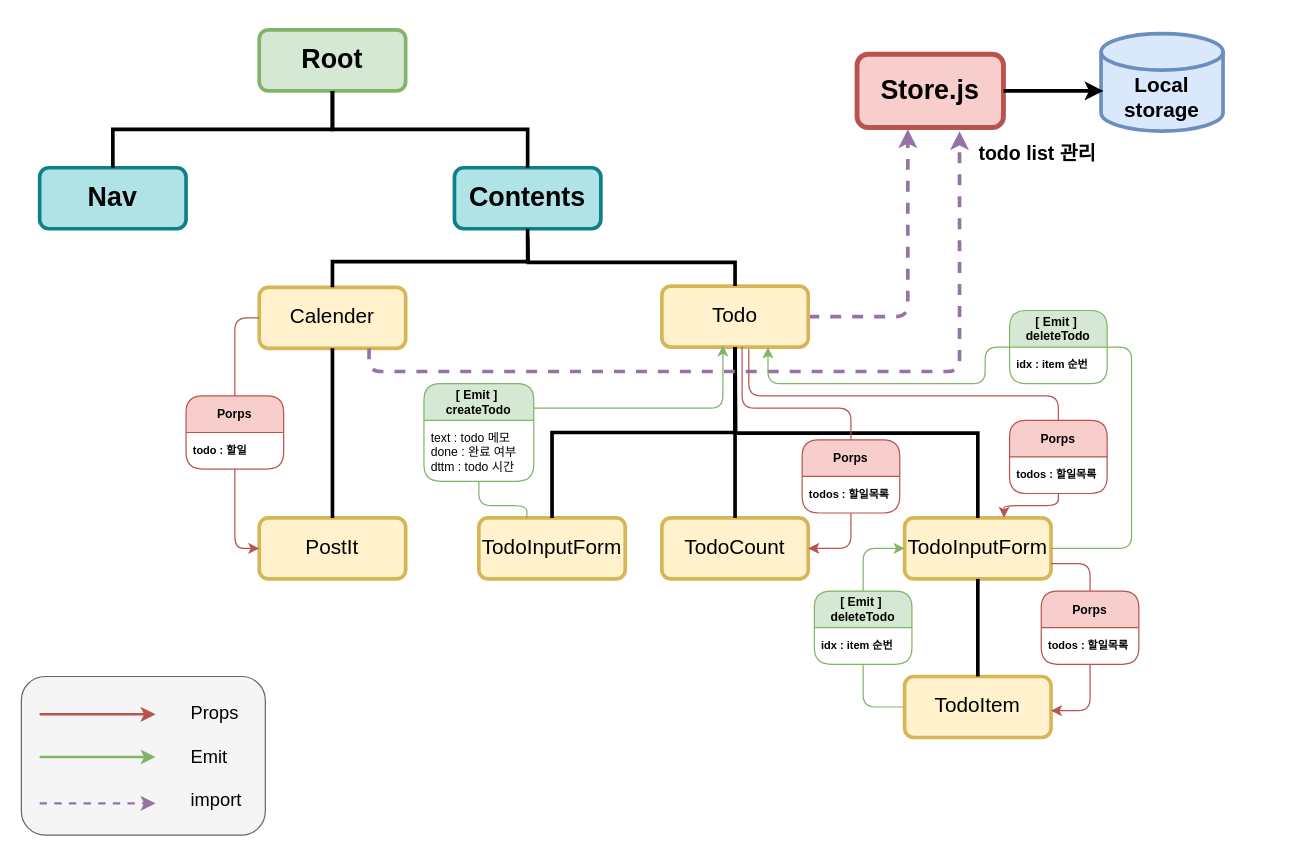
Before: 컴포넌트 다이어그램.drawio in ohchangyeol/vue-todo-server, a draw.io diagram. Source tidied: cells renumbered, new cells numbered last; positions are measured from the earlier drawing's top-left corner, leaving out a move shared by most shapes. Both pictures are drawn from the tidied source at 122%, with x=0, y=0 at pixel (21, 29).
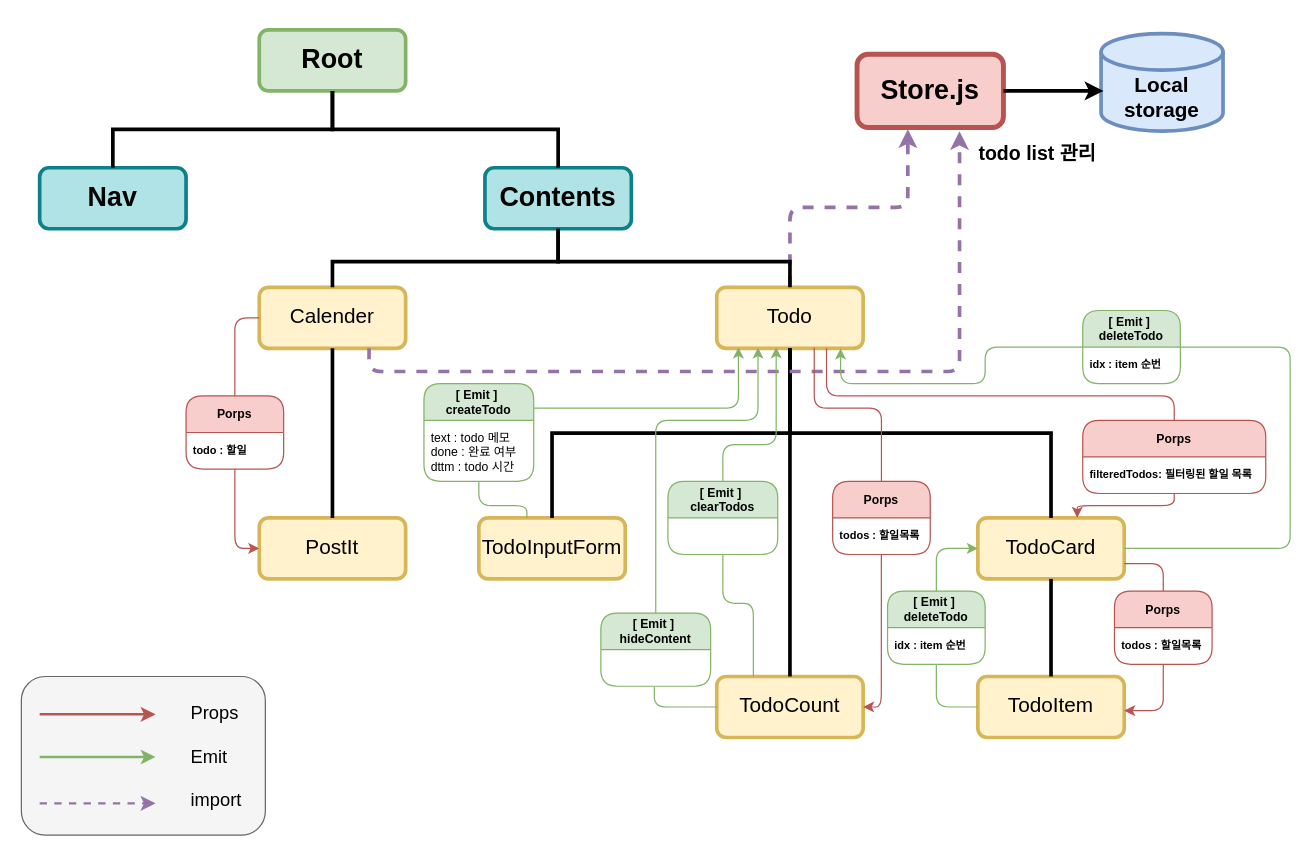
The same page after the edit.

Commit message:
컴포넌트 다이어그램.drawio 업데이트

Unchanged cells that the change refers to:
```xml
<mxCell id="8" value="Calender" style="rounded=1;whiteSpace=wrap;html=1;fontSize=17;strokeWidth=3;fillColor=#fff2cc;strokeColor=#d6b656;" parent="1" vertex="1">
  <mxGeometry x="195" y="211" width="120" height="50" as="geometry" />
</mxCell>
<mxCell id="39" value="&lt;h1 style=&quot;border-color: var(--border-color); font-size: 10px;&quot;&gt;&lt;font style=&quot;border-color: var(--border-color);&quot;&gt;[ Emit ]&amp;nbsp;&lt;br style=&quot;border-color: var(--border-color);&quot;&gt;&lt;/font&gt;createTodo&lt;/h1&gt;" style="swimlane;fontStyle=0;horizontal=1;startSize=30;whiteSpace=wrap;html=1;swimlaneFillColor=none;rounded=1;fillColor=#d5e8d4;strokeColor=#82b366;" parent="1" vertex="1">
  <mxGeometry x="330" y="290" width="90" height="80" as="geometry" />
</mxCell>
<mxCell id="43" value="&lt;h1 style=&quot;border-color: var(--border-color); font-size: 9px;&quot;&gt;todos : 할일목록&lt;/h1&gt;" style="text;strokeColor=none;fillColor=none;align=left;verticalAlign=middle;spacingLeft=4;spacingRight=4;overflow=hidden;points=[[0,0.5],[1,0.5]];portConstraint=eastwest;whiteSpace=wrap;html=1;rounded=1;fontSize=9;horizontal=1;" parent="42" vertex="1">
  <mxGeometry y="30" width="80" height="30" as="geometry" />
</mxCell>
```

Diff of the diagram source:
```diff
@@
     <mxCell id="5" value="Contents" style="rounded=1;whiteSpace=wrap;html=1;fillColor=#b0e3e6;strokeColor=#0e8088;strokeWidth=3;verticalAlign=middle;fontSize=22;fontStyle=1;" parent="1" vertex="1">
-      <mxGeometry x="355" y="113" width="120" height="50" as="geometry" />
+      <mxGeometry x="380" y="113" width="120" height="50" as="geometry" />
     </mxCell>
     <mxCell id="6" value="TodoItem" style="rounded=1;whiteSpace=wrap;html=1;fontSize=17;strokeWidth=3;fillColor=#fff2cc;strokeColor=#d6b656;" parent="1" vertex="1">
-      <mxGeometry x="724" y="530" width="120" height="50" as="geometry" />
+      <mxGeometry x="784" y="530" width="120" height="50" as="geometry" />
     </mxCell>
@@
     <mxCell id="10" value="Todo" style="rounded=1;whiteSpace=wrap;html=1;fontSize=17;strokeWidth=3;fillColor=#fff2cc;strokeColor=#d6b656;" parent="1" vertex="1">
-      <mxGeometry x="525" y="210" width="120" height="50" as="geometry" />
+      <mxGeometry x="570" y="211" width="120" height="50" as="geometry" />
     </mxCell>
     <mxCell id="11" value="TodoCount" style="rounded=1;whiteSpace=wrap;html=1;fontSize=17;strokeWidth=3;fillColor=#fff2cc;strokeColor=#d6b656;" parent="1" vertex="1">
-      <mxGeometry x="525" y="400" width="120" height="50" as="geometry" />
+      <mxGeometry x="570" y="530" width="120" height="50" as="geometry" />
     </mxCell>
@@
-    <mxCell id="13" value="TodoInputForm" style="rounded=1;whiteSpace=wrap;html=1;fontSize=17;strokeWidth=3;fillColor=#fff2cc;strokeColor=#d6b656;" parent="1" vertex="1">
-      <mxGeometry x="724" y="400" width="120" height="50" as="geometry" />
+    <mxCell id="13" value="TodoCard" style="rounded=1;whiteSpace=wrap;html=1;fontSize=17;strokeWidth=3;fillColor=#fff2cc;strokeColor=#d6b656;" parent="1" vertex="1">
+      <mxGeometry x="784" y="400" width="120" height="50" as="geometry" />
     </mxCell>
@@
     <mxCell id="16" style="endArrow=none;html=1;rounded=0;exitX=0.5;exitY=0;exitDx=0;exitDy=0;entryX=0.5;entryY=1;entryDx=0;entryDy=0;edgeStyle=orthogonalEdgeStyle;strokeWidth=3;" parent="1" edge="1" source="8" target="5">
       <mxGeometry relative="1" as="geometry">
         <Array as="points">
           <mxPoint x="255" y="190" />
-          <mxPoint x="415" y="190" />
+          <mxPoint x="440" y="190" />
         </Array>
       </mxGeometry>
     </mxCell>
-    <mxCell id="17" style="endArrow=none;html=1;rounded=0;exitX=0.5;exitY=0;exitDx=0;exitDy=0;edgeStyle=orthogonalEdgeStyle;strokeWidth=3;" parent="1" edge="1" source="10">
+    <mxCell id="17" style="endArrow=none;html=1;rounded=0;exitX=0.5;exitY=0;exitDx=0;exitDy=0;edgeStyle=orthogonalEdgeStyle;strokeWidth=3;entryX=0.5;entryY=1;entryDx=0;entryDy=0;" parent="1" edge="1" source="10" target="5">
       <mxGeometry relative="1" as="geometry">
-        <mxPoint x="415" y="170" as="targetPoint" />
+        <Array as="points">
+          <mxPoint x="630" y="190" />
+          <mxPoint x="440" y="190" />
+        </Array>
       </mxGeometry>
     </mxCell>
@@
-    <mxCell id="20" style="endArrow=none;html=1;rounded=0;exitX=0.5;exitY=0;exitDx=0;exitDy=0;edgeStyle=orthogonalEdgeStyle;strokeWidth=3;fontSize=17;" parent="1" edge="1" source="11">
-      <mxGeometry relative="1" as="geometry">
-        <mxPoint x="585" y="260" as="targetPoint" />
-      </mxGeometry>
+    <mxCell id="20" style="endArrow=none;html=1;rounded=0;exitX=0.5;exitY=0;exitDx=0;exitDy=0;edgeStyle=orthogonalEdgeStyle;strokeWidth=3;fontSize=17;entryX=0.5;entryY=1;entryDx=0;entryDy=0;" parent="1" edge="1" source="11" target="10">
+      <mxGeometry relative="1" as="geometry" />
     </mxCell>
-    <mxCell id="21" style="endArrow=none;html=1;rounded=0;exitX=0.5;exitY=0;exitDx=0;exitDy=0;edgeStyle=orthogonalEdgeStyle;strokeWidth=3;fontSize=17;" parent="1" edge="1" source="13">
-      <mxGeometry relative="1" as="geometry">
-        <mxPoint x="585" y="260" as="targetPoint" />
-      </mxGeometry>
+    <mxCell id="21" style="endArrow=none;html=1;rounded=0;exitX=0.5;exitY=0;exitDx=0;exitDy=0;edgeStyle=orthogonalEdgeStyle;strokeWidth=3;fontSize=17;entryX=0.5;entryY=1;entryDx=0;entryDy=0;" parent="1" edge="1" source="13" target="10">
+      <mxGeometry relative="1" as="geometry" />
     </mxCell>
@@
     <mxCell id="30" value="&lt;h1 style=&quot;border-color: var(--border-color); font-size: 10px;&quot;&gt;&lt;font style=&quot;border-color: var(--border-color);&quot;&gt;[ Emit ]&amp;nbsp;&lt;br style=&quot;border-color: var(--border-color);&quot;&gt;&lt;/font&gt;deleteTodo&lt;/h1&gt;" style="swimlane;fontStyle=0;horizontal=1;startSize=30;whiteSpace=wrap;html=1;swimlaneFillColor=none;rounded=1;fillColor=#d5e8d4;strokeColor=#82b366;" parent="1" vertex="1">
-      <mxGeometry x="650" y="460" width="80" height="60" as="geometry" />
+      <mxGeometry x="710" y="460" width="80" height="60" as="geometry" />
     </mxCell>
@@
     <mxCell id="32" value="&lt;h1 style=&quot;border-color: var(--border-color); font-size: 10px;&quot;&gt;&lt;font style=&quot;border-color: var(--border-color);&quot;&gt;[ Emit ]&amp;nbsp;&lt;br style=&quot;border-color: var(--border-color);&quot;&gt;&lt;/font&gt;deleteTodo&lt;/h1&gt;" style="swimlane;fontStyle=0;horizontal=1;startSize=30;whiteSpace=wrap;html=1;swimlaneFillColor=none;rounded=1;fillColor=#d5e8d4;strokeColor=#82b366;" parent="1" vertex="1">
-      <mxGeometry x="810" y="230" width="80" height="60" as="geometry" />
+      <mxGeometry x="870" y="230" width="80" height="60" as="geometry" />
     </mxCell>
@@
     <mxCell id="34" value="&lt;h1 style=&quot;border-color: var(--border-color); font-size: 10px;&quot;&gt;&lt;font style=&quot;border-color: var(--border-color);&quot;&gt;Porps&lt;/font&gt;&lt;br&gt;&lt;/h1&gt;" style="swimlane;fontStyle=0;horizontal=1;startSize=30;whiteSpace=wrap;html=1;swimlaneFillColor=none;rounded=1;fillColor=#f8cecc;strokeColor=#b85450;" parent="1" vertex="1">
-      <mxGeometry x="810" y="320" width="80" height="60" as="geometry" />
+      <mxGeometry x="870" y="320" width="150" height="60" as="geometry" />
     </mxCell>
-    <mxCell id="35" value="&lt;h1 style=&quot;border-color: var(--border-color); font-size: 9px;&quot;&gt;todos : 할일목록&lt;/h1&gt;" style="text;strokeColor=none;fillColor=none;align=left;verticalAlign=middle;spacingLeft=4;spacingRight=4;overflow=hidden;whiteSpace=wrap;html=1;rounded=1;fontSize=9;horizontal=1;" parent="34" vertex="1">
-      <mxGeometry y="30" width="80" height="30" as="geometry" />
+    <mxCell id="35" value="&lt;h1 style=&quot;border-color: var(--border-color); font-size: 9px;&quot;&gt;filteredTodos: 필터링된 할일 목록&lt;/h1&gt;" style="text;strokeColor=none;fillColor=none;align=left;verticalAlign=middle;spacingLeft=4;spacingRight=4;overflow=hidden;whiteSpace=wrap;html=1;rounded=1;fontSize=9;horizontal=1;" parent="34" vertex="1">
+      <mxGeometry y="30" width="150" height="30" as="geometry" />
     </mxCell>
@@
     <mxCell id="37" value="&lt;h1 style=&quot;border-color: var(--border-color); font-size: 10px;&quot;&gt;&lt;font style=&quot;border-color: var(--border-color);&quot;&gt;Porps&lt;/font&gt;&lt;br&gt;&lt;/h1&gt;" style="swimlane;fontStyle=0;horizontal=1;startSize=30;whiteSpace=wrap;html=1;swimlaneFillColor=none;rounded=1;fillColor=#f8cecc;strokeColor=#b85450;" parent="1" vertex="1">
-      <mxGeometry x="836" y="460" width="80" height="60" as="geometry" />
+      <mxGeometry x="896" y="460" width="80" height="60" as="geometry" />
     </mxCell>
@@
-    <mxCell id="41" style="edgeStyle=orthogonalEdgeStyle;rounded=1;jettySize=auto;html=1;entryX=1;entryY=0.5;entryDx=0;entryDy=0;fontFamily=Helvetica;fontSize=9;fontColor=default;curved=0;fillColor=#f8cecc;strokeColor=#b85450;" parent="1" edge="1" source="42" target="11">
-      <mxGeometry relative="1" as="geometry" />
+    <mxCell id="41" style="edgeStyle=orthogonalEdgeStyle;rounded=1;jettySize=auto;html=1;entryX=1;entryY=0.5;entryDx=0;entryDy=0;fontFamily=Helvetica;fontSize=9;fontColor=default;curved=0;fillColor=#f8cecc;strokeColor=#b85450;exitX=0.499;exitY=0.984;exitDx=0;exitDy=0;exitPerimeter=0;" parent="1" edge="1" source="43" target="11">
+      <mxGeometry relative="1" as="geometry">
+        <Array as="points">
+          <mxPoint x="705" y="555" />
+        </Array>
+      </mxGeometry>
     </mxCell>
     <mxCell id="42" value="&lt;h1 style=&quot;border-color: var(--border-color); font-size: 10px;&quot;&gt;&lt;font style=&quot;border-color: var(--border-color);&quot;&gt;Porps&lt;/font&gt;&lt;br&gt;&lt;/h1&gt;" style="swimlane;fontStyle=0;horizontal=1;startSize=30;whiteSpace=wrap;html=1;swimlaneFillColor=none;rounded=1;fillColor=#f8cecc;strokeColor=#b85450;" parent="1" vertex="1">
-      <mxGeometry x="640" y="336" width="80" height="60" as="geometry" />
+      <mxGeometry x="665" y="370" width="80" height="60" as="geometry" />
     </mxCell>
@@
-    <mxCell id="44" style="edgeStyle=orthogonalEdgeStyle;rounded=1;jettySize=auto;html=1;entryX=0.594;entryY=1.027;entryDx=0;entryDy=0;entryPerimeter=0;fontFamily=Helvetica;fontSize=9;fontColor=default;exitX=0.5;exitY=0;exitDx=0;exitDy=0;curved=0;endArrow=none;endFill=0;fillColor=#f8cecc;strokeColor=#b85450;" parent="1" edge="1" source="34" target="10">
+    <mxCell id="44" style="edgeStyle=orthogonalEdgeStyle;rounded=1;jettySize=auto;html=1;entryX=0.75;entryY=1;entryDx=0;entryDy=0;fontFamily=Helvetica;fontSize=9;fontColor=default;exitX=0.5;exitY=0;exitDx=0;exitDy=0;curved=0;endArrow=none;endFill=0;fillColor=#f8cecc;strokeColor=#b85450;" parent="1" edge="1" source="34" target="10">
       <mxGeometry relative="1" as="geometry">
         <Array as="points">
-          <mxPoint x="850" y="300" />
-          <mxPoint x="596" y="300" />
+          <mxPoint x="945" y="300" />
+          <mxPoint x="660" y="300" />
         </Array>
       </mxGeometry>
     </mxCell>
     <mxCell id="45" style="edgeStyle=orthogonalEdgeStyle;rounded=1;jettySize=auto;html=1;exitX=0.5;exitY=1;exitDx=0;exitDy=0;entryX=0.679;entryY=-0.002;entryDx=0;entryDy=0;entryPerimeter=0;fontFamily=Helvetica;fontSize=9;fontColor=default;endArrow=classic;endFill=1;curved=0;fillColor=#f8cecc;strokeColor=#b85450;" parent="1" edge="1" source="34" target="13">
       <mxGeometry relative="1" as="geometry">
         <Array as="points">
-          <mxPoint x="850" y="390" />
-          <mxPoint x="806" y="390" />
+          <mxPoint x="945" y="390" />
+          <mxPoint x="865" y="390" />
         </Array>
       </mxGeometry>
     </mxCell>
     <mxCell id="46" style="edgeStyle=orthogonalEdgeStyle;rounded=1;jettySize=auto;html=1;exitX=1;exitY=0.5;exitDx=0;exitDy=0;fontFamily=Helvetica;fontSize=9;fontColor=default;endArrow=none;endFill=0;fillColor=#d5e8d4;strokeColor=#82b366;curved=0;" parent="1" edge="1" source="13">
       <mxGeometry relative="1" as="geometry">
-        <mxPoint x="890" y="260" as="targetPoint" />
+        <mxPoint x="950" y="260" as="targetPoint" />
         <Array as="points">
-          <mxPoint x="910" y="425" />
-          <mxPoint x="910" y="260" />
-          <mxPoint x="890" y="260" />
+          <mxPoint x="1040" y="425" />
+          <mxPoint x="1040" y="260" />
         </Array>
       </mxGeometry>
     </mxCell>
-    <mxCell id="47" style="edgeStyle=orthogonalEdgeStyle;rounded=1;jettySize=auto;html=1;exitX=0;exitY=0.5;exitDx=0;exitDy=0;entryX=0.725;entryY=1.004;entryDx=0;entryDy=0;entryPerimeter=0;fontFamily=Helvetica;fontSize=9;fontColor=default;fillColor=#d5e8d4;strokeColor=#82b366;curved=0;" parent="1" edge="1" source="32" target="10">
+    <mxCell id="47" style="edgeStyle=orthogonalEdgeStyle;rounded=1;jettySize=auto;html=1;exitX=0;exitY=0.5;exitDx=0;exitDy=0;entryX=0.846;entryY=1.004;entryDx=0;entryDy=0;entryPerimeter=0;fontFamily=Helvetica;fontSize=9;fontColor=default;fillColor=#d5e8d4;strokeColor=#82b366;curved=0;" parent="1" edge="1" source="32" target="10">
       <mxGeometry relative="1" as="geometry">
         <Array as="points">
           <mxPoint x="790" y="260" />
           <mxPoint x="790" y="290" />
-          <mxPoint x="612" y="290" />
+          <mxPoint x="672" y="290" />
+          <mxPoint x="672" y="261" />
         </Array>
       </mxGeometry>
     </mxCell>
@@
-    <mxCell id="50" style="edgeStyle=orthogonalEdgeStyle;rounded=1;jettySize=auto;html=1;exitX=1;exitY=0.25;exitDx=0;exitDy=0;entryX=0.417;entryY=0.973;entryDx=0;entryDy=0;entryPerimeter=0;fontFamily=Helvetica;fontSize=9;fontColor=default;curved=0;fillColor=#d5e8d4;strokeColor=#82b366;" parent="1" edge="1" source="39" target="10">
+    <mxCell id="50" style="edgeStyle=orthogonalEdgeStyle;rounded=1;jettySize=auto;html=1;exitX=1;exitY=0.25;exitDx=0;exitDy=0;entryX=0.148;entryY=0.985;entryDx=0;entryDy=0;entryPerimeter=0;fontFamily=Helvetica;fontSize=9;fontColor=default;curved=0;fillColor=#d5e8d4;strokeColor=#82b366;" parent="1" edge="1" source="39" target="10">
       <mxGeometry relative="1" as="geometry" />
     </mxCell>
-    <mxCell id="51" style="edgeStyle=orthogonalEdgeStyle;rounded=1;jettySize=auto;html=1;entryX=0.548;entryY=0.996;entryDx=0;entryDy=0;entryPerimeter=0;fontFamily=Helvetica;fontSize=9;fontColor=default;endArrow=none;endFill=0;curved=0;fillColor=#f8cecc;strokeColor=#b85450;" parent="1" edge="1" source="42" target="10">
+    <mxCell id="51" style="edgeStyle=orthogonalEdgeStyle;rounded=1;jettySize=auto;html=1;entryX=0.666;entryY=0.992;entryDx=0;entryDy=0;entryPerimeter=0;fontFamily=Helvetica;fontSize=9;fontColor=default;endArrow=none;endFill=0;curved=0;fillColor=#f8cecc;strokeColor=#b85450;exitX=0.5;exitY=0;exitDx=0;exitDy=0;" parent="1" edge="1" source="42" target="10">
       <mxGeometry relative="1" as="geometry">
         <Array as="points">
-          <mxPoint x="680" y="310" />
-          <mxPoint x="591" y="310" />
+          <mxPoint x="705" y="310" />
+          <mxPoint x="650" y="310" />
         </Array>
       </mxGeometry>
     </mxCell>
@@
+    <mxCell id="62" style="edgeStyle=orthogonalEdgeStyle;rounded=1;jettySize=auto;html=1;entryX=0.25;entryY=0;entryDx=0;entryDy=0;fillColor=#d5e8d4;strokeColor=#82b366;endArrow=none;endFill=0;curved=0;" parent="1" edge="1" source="63" target="11">
+      <mxGeometry relative="1" as="geometry">
+        <Array as="points">
+          <mxPoint x="575" y="470" />
+          <mxPoint x="600" y="470" />
+        </Array>
+      </mxGeometry>
+    </mxCell>
+    <mxCell id="63" value="&lt;h1 style=&quot;border-color: var(--border-color); font-size: 10px;&quot;&gt;&lt;font style=&quot;border-color: var(--border-color);&quot;&gt;[ Emit ]&amp;nbsp;&lt;br style=&quot;border-color: var(--border-color);&quot;&gt;&lt;/font&gt;clearTodos&lt;/h1&gt;" style="swimlane;fontStyle=0;horizontal=1;startSize=30;whiteSpace=wrap;html=1;swimlaneFillColor=none;rounded=1;fillColor=#d5e8d4;strokeColor=#82b366;" parent="1" vertex="1">
+      <mxGeometry x="530" y="370" width="90" height="60" as="geometry" />
+    </mxCell>
+    <mxCell id="64" value="&lt;h1 style=&quot;border-color: var(--border-color); font-size: 10px;&quot;&gt;&lt;br&gt;&lt;/h1&gt;" style="text;strokeColor=none;fillColor=none;align=left;verticalAlign=middle;spacingLeft=4;spacingRight=4;overflow=hidden;whiteSpace=wrap;html=1;rounded=1;fontSize=9;horizontal=1;" parent="63" vertex="1">
+      <mxGeometry y="30" width="90" height="30" as="geometry" />
+    </mxCell>
+    <mxCell id="65" style="edgeStyle=orthogonalEdgeStyle;rounded=1;jettySize=auto;html=1;entryX=0.406;entryY=0.984;entryDx=0;entryDy=0;entryPerimeter=0;curved=0;fillColor=#d5e8d4;strokeColor=#82b366;" parent="1" edge="1" source="63" target="10">
+      <mxGeometry relative="1" as="geometry">
+        <Array as="points">
+          <mxPoint x="575" y="340" />
+          <mxPoint x="619" y="340" />
+        </Array>
+      </mxGeometry>
+    </mxCell>
+    <mxCell id="66" style="edgeStyle=orthogonalEdgeStyle;rounded=1;jettySize=auto;html=1;entryX=0;entryY=0.5;entryDx=0;entryDy=0;curved=0;endArrow=none;endFill=0;exitX=0.487;exitY=1.013;exitDx=0;exitDy=0;exitPerimeter=0;fillColor=#d5e8d4;strokeColor=#82b366;" parent="1" edge="1" source="68" target="11">
+      <mxGeometry relative="1" as="geometry">
+        <Array as="points">
+          <mxPoint x="519" y="555" />
+        </Array>
+      </mxGeometry>
+    </mxCell>
+    <mxCell id="67" value="&lt;h1 style=&quot;border-color: var(--border-color); font-size: 10px;&quot;&gt;&lt;font style=&quot;border-color: var(--border-color);&quot;&gt;[ Emit ]&amp;nbsp;&lt;br style=&quot;border-color: var(--border-color);&quot;&gt;&lt;/font&gt;hideContent&lt;/h1&gt;" style="swimlane;fontStyle=0;horizontal=1;startSize=30;whiteSpace=wrap;html=1;swimlaneFillColor=none;rounded=1;fillColor=#d5e8d4;strokeColor=#82b366;" parent="1" vertex="1">
+      <mxGeometry x="475" y="478" width="90" height="60" as="geometry" />
+    </mxCell>
+    <mxCell id="68" value="&lt;h1 style=&quot;border-color: var(--border-color); font-size: 10px;&quot;&gt;&lt;br&gt;&lt;/h1&gt;" style="text;strokeColor=none;fillColor=none;align=left;verticalAlign=middle;spacingLeft=4;spacingRight=4;overflow=hidden;points=[[0,0.5],[1,0.5]];portConstraint=eastwest;whiteSpace=wrap;html=1;rounded=1;fontSize=9;horizontal=1;" parent="67" vertex="1">
+      <mxGeometry y="30" width="90" height="30" as="geometry" />
+    </mxCell>
+    <mxCell id="69" style="edgeStyle=orthogonalEdgeStyle;rounded=1;jettySize=auto;html=1;entryX=0.282;entryY=0.988;entryDx=0;entryDy=0;entryPerimeter=0;curved=0;fillColor=#d5e8d4;strokeColor=#82b366;" parent="1" edge="1" source="67" target="10">
+      <mxGeometry relative="1" as="geometry">
+        <Array as="points">
+          <mxPoint x="520" y="320" />
+          <mxPoint x="604" y="320" />
+        </Array>
+      </mxGeometry>
+    </mxCell>
```
